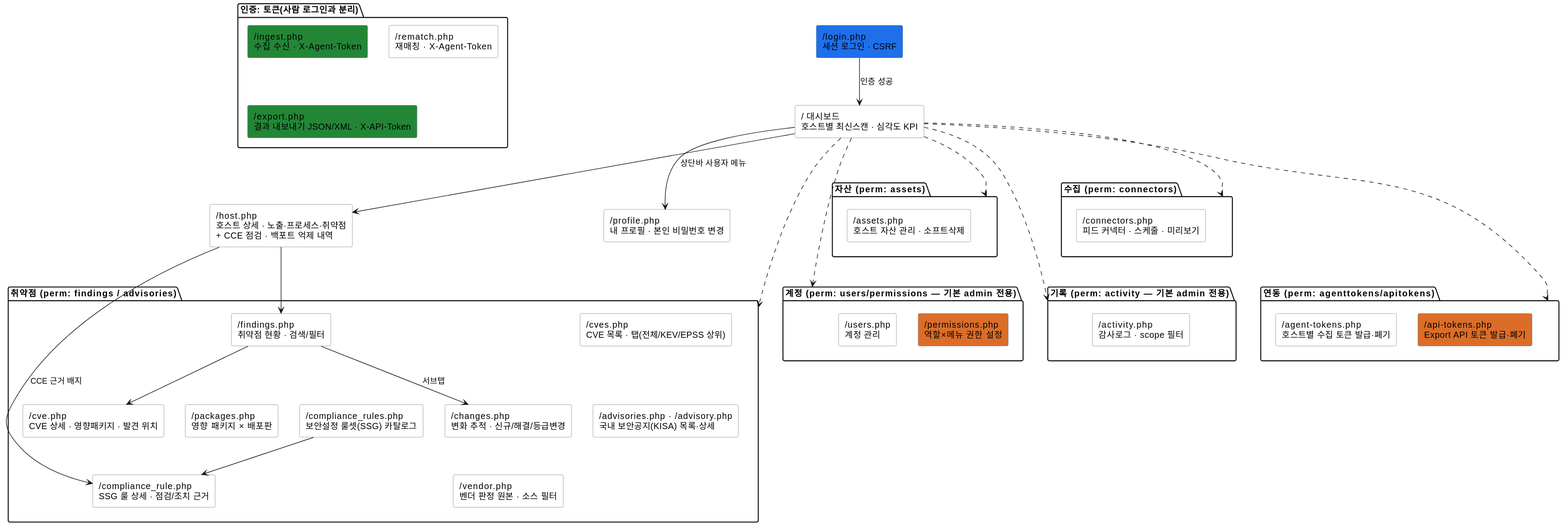
JeongDoWook/vuln-agent keeps this PlantUML diagram as docs/specs/diagrams/사이트맵.svg. Above is the earlier version.
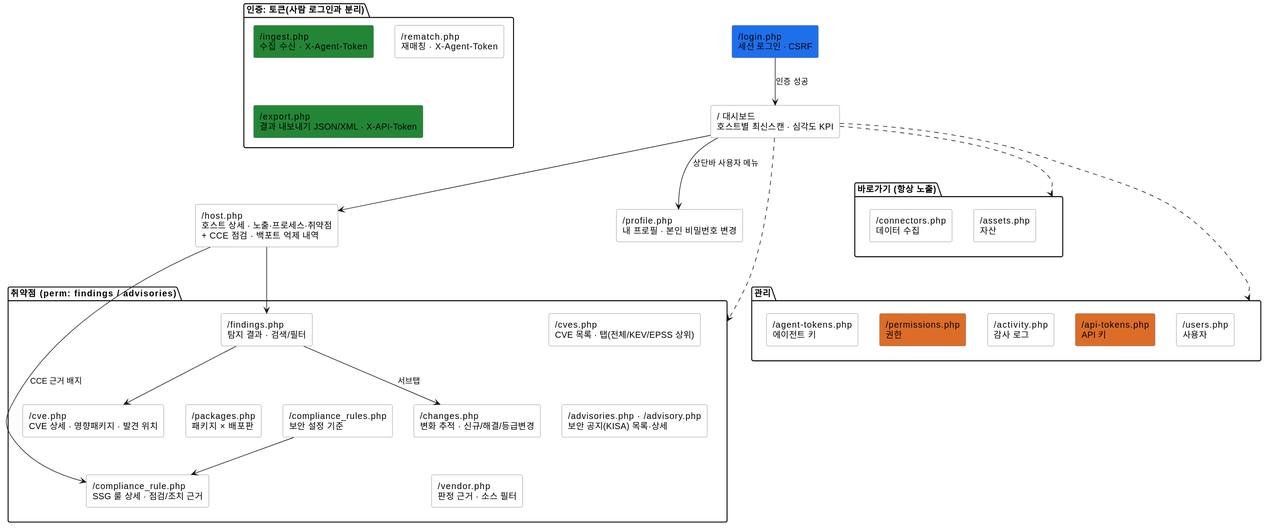
The same file after the commit.

What changed in the source:
```diff
@@ -12,37 +12,28 @@
 rectangle "/profile.php\n내 프로필 · 본인 비밀번호 변경" as PROF
 
 package "취약점 (perm: findings / advisories)" as Vuln {
-    rectangle "/findings.php\n취약점 현황 · 검색/필터" as FIND
+    rectangle "/findings.php\n탐지 결과 · 검색/필터" as FIND
     rectangle "/changes.php\n변화 추적 · 신규/해결/등급변경" as CHG
     rectangle "/cves.php\nCVE 목록 · 탭(전체/KEV/EPSS 상위)" as CVES
     rectangle "/cve.php\nCVE 상세 · 영향패키지 · 발견 위치" as CVE
-    rectangle "/packages.php\n영향 패키지 × 배포판" as PKG
-    rectangle "/vendor.php\n벤더 판정 원본 · 소스 필터" as VEND
-    rectangle "/compliance_rules.php\n보안설정 룰셋(SSG) 카탈로그" as CRULES
+    rectangle "/packages.php\n패키지 × 배포판" as PKG
+    rectangle "/vendor.php\n판정 근거 · 소스 필터" as VEND
+    rectangle "/compliance_rules.php\n보안 설정 기준" as CRULES
     rectangle "/compliance_rule.php\nSSG 룰 상세 · 점검/조치 근거" as CRULE
-    rectangle "/advisories.php · /advisory.php\n국내 보안공지(KISA) 목록·상세" as ADV
+    rectangle "/advisories.php · /advisory.php\n보안 공지(KISA) 목록·상세" as ADV
 }
 
-package "자산 (perm: assets)" as Asset {
-    rectangle "/assets.php\n호스트 자산 관리 · 소프트삭제" as ASSETS
+package "바로가기 (항상 노출)" as Quick {
+    rectangle "/assets.php\n자산" as ASSETS
+    rectangle "/connectors.php\n데이터 수집" as CONN
 }
 
-package "수집 (perm: connectors)" as Feed {
-    rectangle "/connectors.php\n피드 커넥터 · 스케줄 · 미리보기" as CONN
-}
-
-package "계정 (perm: users/permissions — 기본 admin 전용)" as Acct {
-    rectangle "/users.php\n계정 관리" as USERS
-    rectangle "/permissions.php\n역할×메뉴 권한 설정" as PERM #db6d28
-}
-
-package "연동 (perm: agenttokens/apitokens)" as Integ {
-    rectangle "/agent-tokens.php\n호스트별 수집 토큰 발급·폐기" as ATOK
-    rectangle "/api-tokens.php\nExport API 토큰 발급·폐기" as TOK #db6d28
-}
-
-package "기록 (perm: activity — 기본 admin 전용)" as Rec {
-    rectangle "/activity.php\n감사로그 · scope 필터" as ACT
+package "관리" as Admin {
+    rectangle "/users.php\n사용자" as USERS
+    rectangle "/permissions.php\n권한" as PERM #db6d28
+    rectangle "/agent-tokens.php\n에이전트 키" as ATOK
+    rectangle "/api-tokens.php\nAPI 키" as TOK #db6d28
+    rectangle "/activity.php\n감사 로그" as ACT
 }
 
 package "인증: 토큰(사람 로그인과 분리)" as API {
@@ -67,11 +58,8 @@
 CVES -[hidden]down- ADV
 
 DASH ..> Vuln
-DASH ..> Asset
-DASH ..> Feed
-DASH ..> Acct
-DASH ..> Integ
-DASH ..> Rec
+DASH ..> Quick
+DASH ..> Admin
 
 ASSETS -[hidden]down- USERS
 CONN   -[hidden]down- ATOK
```
